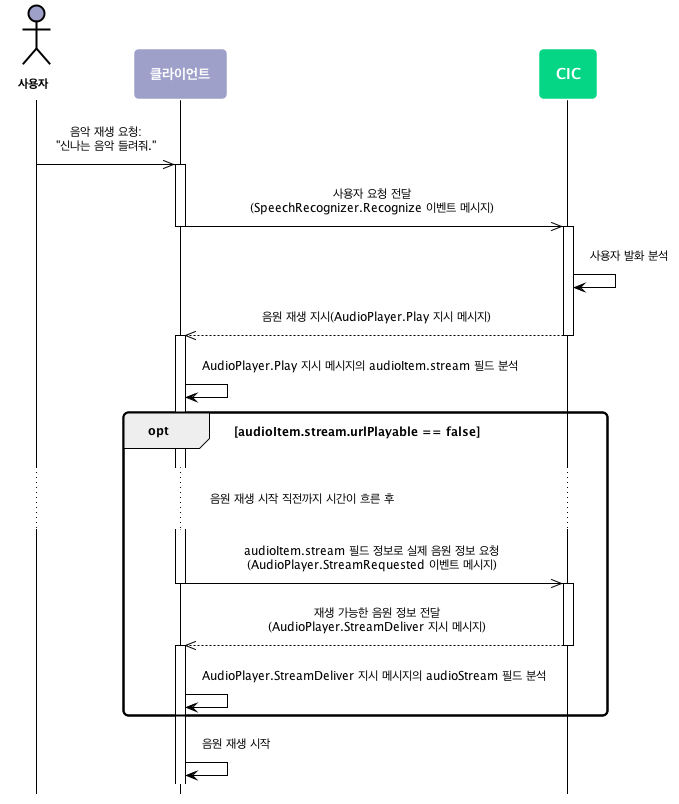
The PlantUML diagram ja-KR/CIC/Resources/Images/CIC_Audio_Play_Work_Flow.png in YBHwang/clova-developer-guide, before a commit.
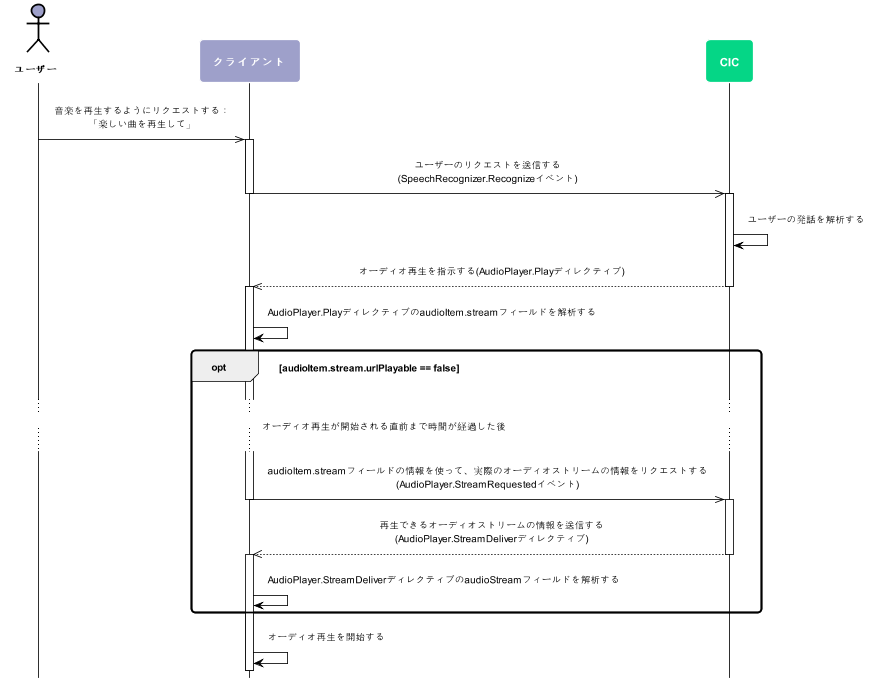
After the commit.

The edit, as a diff of the source:
```diff
@@ -6,6 +6,15 @@
 skinparam padding 10
 skinparam defaultFontSize 12
 skinparam defaultFontName "Malgun Gothic", sans-serif
+
+skinparam note {
+  BackgroundColor #9EA0CA
+  BorderColor #ffffff
+  FontColor #ffffff
+  FontSize 14
+  FontStyle bold
+}
+
 skinparam sequence {
   ArrowColor #000000
   ActorBorderColor #000000
@@ -24,48 +33,55 @@
     BoxFontSize 14
     BoxFontStyle bold
 }
-skinparam note {
+hide footbox
+
+skinparam activity {
   BackgroundColor #9EA0CA
+  BarColor #ffffff
   BorderColor #ffffff
+  DiamondBackgroundColor #05D686
+  DiamondBorderColor #ffffff
+  DiamondFontColor #ffffff
+  DiamondFontSize 14
+  DiamondFontStyle bold
   FontColor #ffffff
   FontSize 14
   FontStyle bold
 }
-hide footbox
 
-actor 사용자 as user #9EA0CA
-participant 클라이언트 as client #9EA0CA
+actor ユーザー as user #9EA0CA
+participant クライアント as client #9EA0CA
 participant CIC as cic #05D686
 
 
-user ->> client : 음악 재생 요청:\n"신나는 음악 들려줘."
+user ->> client : 音楽を再生するようにリクエストする：\n「楽しい曲を再生して」
 
 activate client
-  client ->> cic : 사용자 요청 전달\n(SpeechRecognizer.Recognize 이벤트 메시지)
+  client ->> cic : ユーザーのリクエストを送信する\n(SpeechRecognizer.Recognizeイベント)
 deactivate client
 
 activate cic
-  cic -> cic : 사용자 발화 분석
-  cic -->> client : 음원 재생 지시(AudioPlayer.Play 지시 메시지)
+  cic -> cic : ユーザーの発話を解析する
+  cic -->> client : オーディオ再生を指示する(AudioPlayer.Playディレクティブ)
 deactivate cic
 
 activate client
-  client -> client : AudioPlayer.Play 지시 메시지의 audioItem.stream 필드 분석
+  client -> client : AudioPlayer.PlayディレクティブのaudioItem.streamフィールドを解析する
 
 opt audioItem.stream.urlPlayable == false
 
-... 음원 재생 시작 직전까지 시간이 흐른 후 ...
+... オーディオ再生が開始される直前まで時間が経過した後 ...
 
-  client ->> cic : audioItem.stream 필드 정보로 실제 음원 정보 요청\n(AudioPlayer.StreamRequested 이벤트 메시지)
+  client ->> cic : audioItem.streamフィールドの情報を使って、実際のオーディオストリームの情報をリクエストする\n(AudioPlayer.StreamRequestedイベント)
   deactivate client
   activate cic
 
-    cic -->> client : 재생 가능한 음원 정보 전달\n(AudioPlayer.StreamDeliver 지시 메시지)
+    cic -->> client : 再生できるオーディオストリームの情報を送信する\n(AudioPlayer.StreamDeliverディレクティブ)
   deactivate cic
   activate client
-    client -> client : AudioPlayer.StreamDeliver 지시 메시지의 audioStream 필드 분석
+    client -> client : AudioPlayer.StreamDeliverディレクティブのaudioStreamフィールドを解析する
 end
 
-client -> client : 음원 재생 시작
+client -> client : オーディオ再生を開始する
 
 @enduml
```
